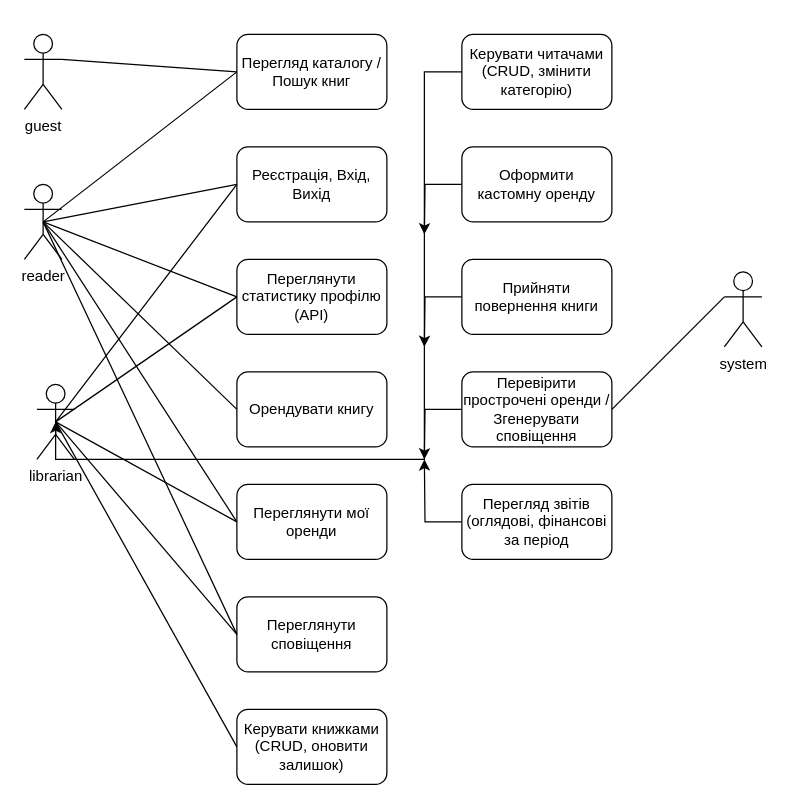
The draw.io diagram library_app/report/use_case_diagram.drawio in ronevych/library_system, before the edit. Source tidied: cells renumbered, new cells numbered last; positions are measured from the earlier drawing's top-left corner, leaving out a move shared by most shapes. Both pictures are drawn from the tidied source at 125%, with x=0, y=0 at pixel (24, 34).
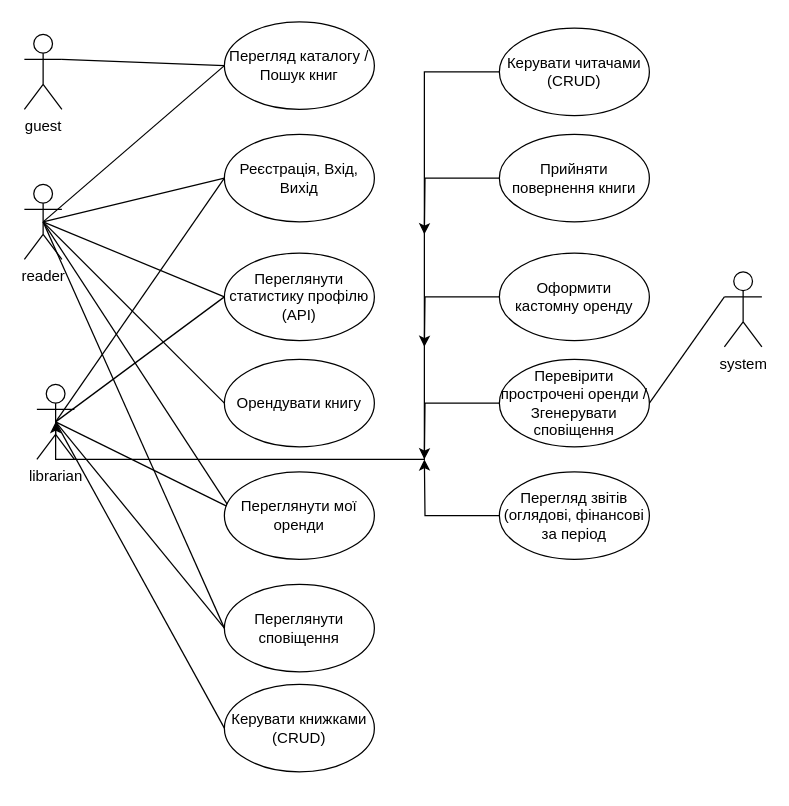
The same page after the edit.

Commit message (it also covers changes not shown here):
Updated use-case and class diagrames. Minor updates with displayed text.

Unchanged cells that the change refers to:
```xml
<mxCell id="2" value="r&lt;span style=&quot;background-color: transparent; color: light-dark(rgb(0, 0, 0), rgb(255, 255, 255));&quot;&gt;eader&lt;/span&gt;" style="shape=umlActor;verticalLabelPosition=bottom;verticalAlign=top;html=1;outlineConnect=0;" parent="1" vertex="1">
  <mxGeometry y="120" width="30" height="60" as="geometry" />
</mxCell>
<mxCell id="3" value="librarian&lt;div&gt;&lt;br&gt;&lt;/div&gt;" style="shape=umlActor;verticalLabelPosition=bottom;verticalAlign=top;html=1;outlineConnect=0;" parent="1" vertex="1">
  <mxGeometry x="10" y="280" width="30" height="60" as="geometry" />
</mxCell>
<mxCell id="4" value="guest&lt;div&gt;&lt;br&gt;&lt;/div&gt;" style="shape=umlActor;verticalLabelPosition=bottom;verticalAlign=top;html=1;outlineConnect=0;" parent="1" vertex="1">
  <mxGeometry width="30" height="60" as="geometry" />
</mxCell>
```

What changed in the source:
```diff
@@
-    <mxCell id="6" value="Перегляд каталогу / Пошук книг" style="rounded=1;whiteSpace=wrap;html=1;" parent="1" vertex="1">
-      <mxGeometry x="170" width="120" height="60" as="geometry" />
-    </mxCell>
-    <mxCell id="7" value="Реєстрація, Вхід, Вихід" style="rounded=1;whiteSpace=wrap;html=1;" parent="1" vertex="1">
-      <mxGeometry x="170" y="90" width="120" height="60" as="geometry" />
-    </mxCell>
-    <mxCell id="8" value="&lt;div style=&quot;&quot;&gt;&lt;span style=&quot;background-color: transparent;&quot;&gt;&lt;font style=&quot;font-size: 12px;&quot;&gt;Переглянути статистику профілю (API)&lt;/font&gt;&lt;/span&gt;&lt;/div&gt;" style="rounded=1;whiteSpace=wrap;html=1;align=center;" parent="1" vertex="1">
-      <mxGeometry x="170" y="180" width="120" height="60" as="geometry" />
-    </mxCell>
-    <mxCell id="9" value="Орендувати книгу" style="rounded=1;whiteSpace=wrap;html=1;" parent="1" vertex="1">
-      <mxGeometry x="170" y="270" width="120" height="60" as="geometry" />
-    </mxCell>
-    <mxCell id="10" value="&lt;div style=&quot;&quot;&gt;&lt;span style=&quot;background-color: transparent;&quot;&gt;&lt;font face=&quot;Helvetica&quot; style=&quot;font-size: 12px;&quot;&gt;Переглянути мої оренди&lt;/font&gt;&lt;/span&gt;&lt;/div&gt;" style="rounded=1;whiteSpace=wrap;html=1;align=center;" parent="1" vertex="1">
-      <mxGeometry x="170" y="360" width="120" height="60" as="geometry" />
-    </mxCell>
-    <mxCell id="11" value="Переглянути сповіщення" style="rounded=1;whiteSpace=wrap;html=1;" parent="1" vertex="1">
-      <mxGeometry x="170" y="450" width="120" height="60" as="geometry" />
-    </mxCell>
-    <mxCell id="12" value="Керувати книжками (CRUD, оновити залишок)" style="rounded=1;whiteSpace=wrap;html=1;" parent="1" vertex="1">
-      <mxGeometry x="170" y="540" width="120" height="60" as="geometry" />
-    </mxCell>
-    <mxCell id="13" value="Керувати читачами (CRUD, змінити категорію)" style="rounded=1;whiteSpace=wrap;html=1;" parent="1" vertex="1">
-      <mxGeometry x="350" width="120" height="60" as="geometry" />
-    </mxCell>
-    <mxCell id="14" style="edgeStyle=orthogonalEdgeStyle;rounded=0;jettySize=auto;html=1;" parent="1" edge="1" source="15">
+    <mxCell id="14" style="edgeStyle=orthogonalEdgeStyle;rounded=0;jettySize=auto;html=1;exitX=0;exitY=0.5;exitDx=0;exitDy=0;" parent="1" edge="1" source="17">
       <mxGeometry relative="1" as="geometry">
         <mxPoint x="320" y="160" as="targetPoint" />
       </mxGeometry>
     </mxCell>
-    <mxCell id="15" value="Оформити кастомну&amp;nbsp;&lt;span style=&quot;background-color: transparent; color: light-dark(rgb(0, 0, 0), rgb(255, 255, 255));&quot;&gt;оренду&lt;/span&gt;" style="rounded=1;whiteSpace=wrap;html=1;" parent="1" vertex="1">
-      <mxGeometry x="350" y="90" width="120" height="60" as="geometry" />
-    </mxCell>
-    <mxCell id="16" style="edgeStyle=orthogonalEdgeStyle;rounded=0;jettySize=auto;html=1;" parent="1" edge="1" source="17">
+    <mxCell id="16" style="edgeStyle=orthogonalEdgeStyle;rounded=0;jettySize=auto;html=1;exitX=0;exitY=0.5;exitDx=0;exitDy=0;" parent="1" edge="1" source="15">
       <mxGeometry relative="1" as="geometry">
         <mxPoint x="320" y="250" as="targetPoint" />
       </mxGeometry>
     </mxCell>
-    <mxCell id="17" value="Прийняти повернення книги" style="rounded=1;whiteSpace=wrap;html=1;" parent="1" vertex="1">
-      <mxGeometry x="350" y="180" width="120" height="60" as="geometry" />
-    </mxCell>
-    <mxCell id="18" style="edgeStyle=orthogonalEdgeStyle;rounded=0;jettySize=auto;html=1;" parent="1" edge="1" source="19">
+    <mxCell id="18" style="edgeStyle=orthogonalEdgeStyle;rounded=0;jettySize=auto;html=1;exitX=0;exitY=0.5;exitDx=0;exitDy=0;" parent="1" edge="1" source="19">
       <mxGeometry relative="1" as="geometry">
         <mxPoint x="320" y="340" as="targetPoint" />
       </mxGeometry>
     </mxCell>
-    <mxCell id="19" value="Перевірити прострочені оренди / Згенерувати сповіщення" style="rounded=1;whiteSpace=wrap;html=1;" parent="1" vertex="1">
-      <mxGeometry x="350" y="270" width="120" height="60" as="geometry" />
-    </mxCell>
-    <mxCell id="20" style="edgeStyle=orthogonalEdgeStyle;rounded=0;jettySize=auto;html=1;" parent="1" edge="1" source="21">
+    <mxCell id="20" style="edgeStyle=orthogonalEdgeStyle;rounded=0;jettySize=auto;html=1;exitX=0;exitY=0.5;exitDx=0;exitDy=0;" parent="1" edge="1" source="21">
       <mxGeometry relative="1" as="geometry">
         <mxPoint x="320" y="340" as="targetPoint" />
       </mxGeometry>
     </mxCell>
-    <mxCell id="21" value="Перегляд звітів (оглядові, фінансові за період" style="rounded=1;whiteSpace=wrap;html=1;" parent="1" vertex="1">
-      <mxGeometry x="350" y="360" width="120" height="60" as="geometry" />
-    </mxCell>
-    <mxCell id="22" style="endArrow=none;html=1;rounded=0;entryX=0;entryY=0.5;entryDx=0;entryDy=0;exitX=1;exitY=0.3333333333333333;exitDx=0;exitDy=0;exitPerimeter=0;" parent="1" edge="1" source="4" target="6">
+    <mxCell id="22" style="endArrow=none;html=1;rounded=0;exitX=1;exitY=0.3333333333333333;exitDx=0;exitDy=0;exitPerimeter=0;entryX=0;entryY=0.5;entryDx=0;entryDy=0;" parent="1" edge="1" source="4" target="6">
       <mxGeometry relative="1" as="geometry" />
     </mxCell>
-    <mxCell id="23" style="endArrow=none;html=1;rounded=0;entryX=0;entryY=0.5;entryDx=0;entryDy=0;exitX=0.5;exitY=0.5;exitDx=0;exitDy=0;exitPerimeter=0;" parent="1" edge="1" source="2" target="6">
+    <mxCell id="23" style="endArrow=none;html=1;rounded=0;exitX=0.5;exitY=0.5;exitDx=0;exitDy=0;exitPerimeter=0;entryX=0;entryY=0.5;entryDx=0;entryDy=0;" parent="1" edge="1" source="2" target="6">
       <mxGeometry relative="1" as="geometry" />
     </mxCell>
-    <mxCell id="24" style="endArrow=none;html=1;rounded=0;exitX=0.5;exitY=0.5;exitDx=0;exitDy=0;exitPerimeter=0;" parent="1" edge="1" source="2">
-      <mxGeometry relative="1" as="geometry">
-        <mxPoint x="170" y="210" as="targetPoint" />
-      </mxGeometry>
+    <mxCell id="24" style="endArrow=none;html=1;rounded=0;exitX=0.5;exitY=0.5;exitDx=0;exitDy=0;exitPerimeter=0;entryX=0;entryY=0.5;entryDx=0;entryDy=0;" parent="1" edge="1" source="2" target="8">
+      <mxGeometry relative="1" as="geometry" />
     </mxCell>
-    <mxCell id="25" style="endArrow=none;html=1;rounded=0;exitX=0.5;exitY=0.5;exitDx=0;exitDy=0;exitPerimeter=0;" parent="1" edge="1" source="2">
-      <mxGeometry relative="1" as="geometry">
-        <mxPoint x="170" y="120" as="targetPoint" />
-      </mxGeometry>
+    <mxCell id="25" style="endArrow=none;html=1;rounded=0;exitX=0.5;exitY=0.5;exitDx=0;exitDy=0;exitPerimeter=0;entryX=0;entryY=0.5;entryDx=0;entryDy=0;" parent="1" edge="1" source="2" target="7">
+      <mxGeometry relative="1" as="geometry" />
     </mxCell>
-    <mxCell id="26" style="endArrow=none;html=1;rounded=0;exitX=0.5;exitY=0.5;exitDx=0;exitDy=0;exitPerimeter=0;" parent="1" edge="1" source="3">
-      <mxGeometry relative="1" as="geometry">
-        <mxPoint x="170" y="120" as="targetPoint" />
-      </mxGeometry>
+    <mxCell id="26" style="endArrow=none;html=1;rounded=0;exitX=0.5;exitY=0.5;exitDx=0;exitDy=0;exitPerimeter=0;entryX=0;entryY=0.5;entryDx=0;entryDy=0;" parent="1" edge="1" source="3" target="7">
+      <mxGeometry relative="1" as="geometry" />
     </mxCell>
-    <mxCell id="27" style="endArrow=none;html=1;rounded=0;exitX=0.5;exitY=0.5;exitDx=0;exitDy=0;exitPerimeter=0;" parent="1" edge="1" source="3">
-      <mxGeometry relative="1" as="geometry">
-        <mxPoint x="170" y="210" as="targetPoint" />
-      </mxGeometry>
+    <mxCell id="27" style="endArrow=none;html=1;rounded=0;exitX=0.5;exitY=0.5;exitDx=0;exitDy=0;exitPerimeter=0;entryX=0;entryY=0.5;entryDx=0;entryDy=0;" parent="1" edge="1" source="3" target="8">
+      <mxGeometry relative="1" as="geometry" />
     </mxCell>
-    <mxCell id="28" style="endArrow=none;html=1;rounded=0;" parent="1" edge="1">
+    <mxCell id="28" style="endArrow=none;html=1;rounded=0;entryX=0;entryY=0.5;entryDx=0;entryDy=0;" parent="1" edge="1" target="9">
       <mxGeometry relative="1" as="geometry">
         <mxPoint x="15" y="150" as="sourcePoint" />
-        <mxPoint x="170" y="300" as="targetPoint" />
       </mxGeometry>
     </mxCell>
-    <mxCell id="29" style="endArrow=none;html=1;rounded=0;exitX=0.5;exitY=0.5;exitDx=0;exitDy=0;exitPerimeter=0;" parent="1" edge="1" source="3">
-      <mxGeometry relative="1" as="geometry">
-        <mxPoint x="170" y="390" as="targetPoint" />
-      </mxGeometry>
+    <mxCell id="29" style="endArrow=none;html=1;rounded=0;exitX=0.5;exitY=0.5;exitDx=0;exitDy=0;exitPerimeter=0;entryX=0.025;entryY=0.4;entryDx=0;entryDy=0;entryPerimeter=0;" parent="1" edge="1" source="3" target="10">
+      <mxGeometry relative="1" as="geometry" />
     </mxCell>
-    <mxCell id="30" style="endArrow=none;html=1;rounded=0;exitX=0.5;exitY=0.5;exitDx=0;exitDy=0;exitPerimeter=0;" parent="1" edge="1" source="2">
-      <mxGeometry relative="1" as="geometry">
-        <mxPoint x="170" y="390" as="targetPoint" />
-      </mxGeometry>
+    <mxCell id="30" style="endArrow=none;html=1;rounded=0;exitX=0.5;exitY=0.5;exitDx=0;exitDy=0;exitPerimeter=0;entryX=0.025;entryY=0.386;entryDx=0;entryDy=0;entryPerimeter=0;" parent="1" edge="1" source="2" target="10">
+      <mxGeometry relative="1" as="geometry" />
     </mxCell>
-    <mxCell id="31" style="endArrow=none;html=1;rounded=0;exitX=0.5;exitY=0.5;exitDx=0;exitDy=0;exitPerimeter=0;" parent="1" edge="1" source="2">
-      <mxGeometry relative="1" as="geometry">
-        <mxPoint x="170" y="480" as="targetPoint" />
-      </mxGeometry>
+    <mxCell id="31" style="endArrow=none;html=1;rounded=0;exitX=0.5;exitY=0.5;exitDx=0;exitDy=0;exitPerimeter=0;entryX=0;entryY=0.5;entryDx=0;entryDy=0;" parent="1" edge="1" source="2" target="11">
+      <mxGeometry relative="1" as="geometry" />
     </mxCell>
-    <mxCell id="32" style="endArrow=none;html=1;rounded=0;exitX=0.5;exitY=0.5;exitDx=0;exitDy=0;exitPerimeter=0;" parent="1" edge="1" source="3">
-      <mxGeometry relative="1" as="geometry">
-        <mxPoint x="170" y="480" as="targetPoint" />
-      </mxGeometry>
+    <mxCell id="32" style="endArrow=none;html=1;rounded=0;exitX=0.5;exitY=0.5;exitDx=0;exitDy=0;exitPerimeter=0;entryX=0;entryY=0.5;entryDx=0;entryDy=0;" parent="1" edge="1" source="3" target="11">
+      <mxGeometry relative="1" as="geometry" />
     </mxCell>
-    <mxCell id="33" style="endArrow=none;html=1;rounded=0;exitX=0.5;exitY=0.5;exitDx=0;exitDy=0;exitPerimeter=0;" parent="1" edge="1" source="3">
-      <mxGeometry relative="1" as="geometry">
-        <mxPoint x="170" y="570" as="targetPoint" />
-      </mxGeometry>
+    <mxCell id="33" style="endArrow=none;html=1;rounded=0;exitX=0.5;exitY=0.5;exitDx=0;exitDy=0;exitPerimeter=0;entryX=0;entryY=0.5;entryDx=0;entryDy=0;" parent="1" edge="1" source="3" target="36">
+      <mxGeometry relative="1" as="geometry" />
     </mxCell>
-    <mxCell id="34" style="edgeStyle=orthogonalEdgeStyle;rounded=0;jettySize=auto;html=1;entryX=0.5;entryY=0.5;entryDx=0;entryDy=0;entryPerimeter=0;" parent="1" edge="1" source="13" target="3">
+    <mxCell id="34" style="edgeStyle=orthogonalEdgeStyle;rounded=0;jettySize=auto;html=1;entryX=0.5;entryY=0.5;entryDx=0;entryDy=0;entryPerimeter=0;exitX=0;exitY=0.5;exitDx=0;exitDy=0;" parent="1" edge="1" source="37" target="3">
       <mxGeometry relative="1" as="geometry">
         <Array as="points">
           <mxPoint x="320" y="30" />
           <mxPoint x="320" y="340" />
           <mxPoint x="25" y="340" />
         </Array>
       </mxGeometry>
     </mxCell>
@@
+    <mxCell id="6" value="Перегляд каталогу / Пошук книг" style="ellipse;whiteSpace=wrap;html=1;" parent="1" vertex="1">
+      <mxGeometry x="160" y="-10" width="120" height="70" as="geometry" />
+    </mxCell>
+    <mxCell id="7" value="Реєстрація, Вхід, Вихід" style="ellipse;whiteSpace=wrap;html=1;" parent="1" vertex="1">
+      <mxGeometry x="160" y="80" width="120" height="70" as="geometry" />
+    </mxCell>
+    <mxCell id="8" value="Переглянути статистику профілю (API)" style="ellipse;whiteSpace=wrap;html=1;" parent="1" vertex="1">
+      <mxGeometry x="160" y="175" width="120" height="70" as="geometry" />
+    </mxCell>
+    <mxCell id="9" value="Орендувати книгу" style="ellipse;whiteSpace=wrap;html=1;" parent="1" vertex="1">
+      <mxGeometry x="160" y="260" width="120" height="70" as="geometry" />
+    </mxCell>
+    <mxCell id="10" value="Переглянути мої оренди" style="ellipse;whiteSpace=wrap;html=1;" parent="1" vertex="1">
+      <mxGeometry x="160" y="350" width="120" height="70" as="geometry" />
+    </mxCell>
+    <mxCell id="11" value="Переглянути сповіщення" style="ellipse;whiteSpace=wrap;html=1;" parent="1" vertex="1">
+      <mxGeometry x="160" y="440" width="120" height="70" as="geometry" />
+    </mxCell>
+    <mxCell id="36" value="Керувати книжками (CRUD)" style="ellipse;whiteSpace=wrap;html=1;" parent="1" vertex="1">
+      <mxGeometry x="160" y="520" width="120" height="70" as="geometry" />
+    </mxCell>
+    <mxCell id="17" value="Прийняти повернення книги" style="ellipse;whiteSpace=wrap;html=1;" parent="1" vertex="1">
+      <mxGeometry x="380" y="80" width="120" height="70" as="geometry" />
+    </mxCell>
+    <mxCell id="19" value="Перевірити прострочені оренди / Згенерувати сповіщення" style="ellipse;whiteSpace=wrap;html=1;" parent="1" vertex="1">
+      <mxGeometry x="380" y="260" width="120" height="70" as="geometry" />
+    </mxCell>
+    <mxCell id="15" value="Оформити кастомну&amp;nbsp;&lt;span style=&quot;color: light-dark(rgb(0, 0, 0), rgb(255, 255, 255)); background-color: transparent;&quot;&gt;оренду&lt;/span&gt;" style="ellipse;whiteSpace=wrap;html=1;" parent="1" vertex="1">
+      <mxGeometry x="380" y="175" width="120" height="70" as="geometry" />
+    </mxCell>
+    <mxCell id="21" value="Перегляд звітів (оглядові, фінансові за період" style="ellipse;whiteSpace=wrap;html=1;" parent="1" vertex="1">
+      <mxGeometry x="380" y="350" width="120" height="70" as="geometry" />
+    </mxCell>
+    <mxCell id="37" value="Керувати читачами (CRUD)" style="ellipse;whiteSpace=wrap;html=1;" parent="1" vertex="1">
+      <mxGeometry x="380" y="-5" width="120" height="70" as="geometry" />
+    </mxCell>
```
